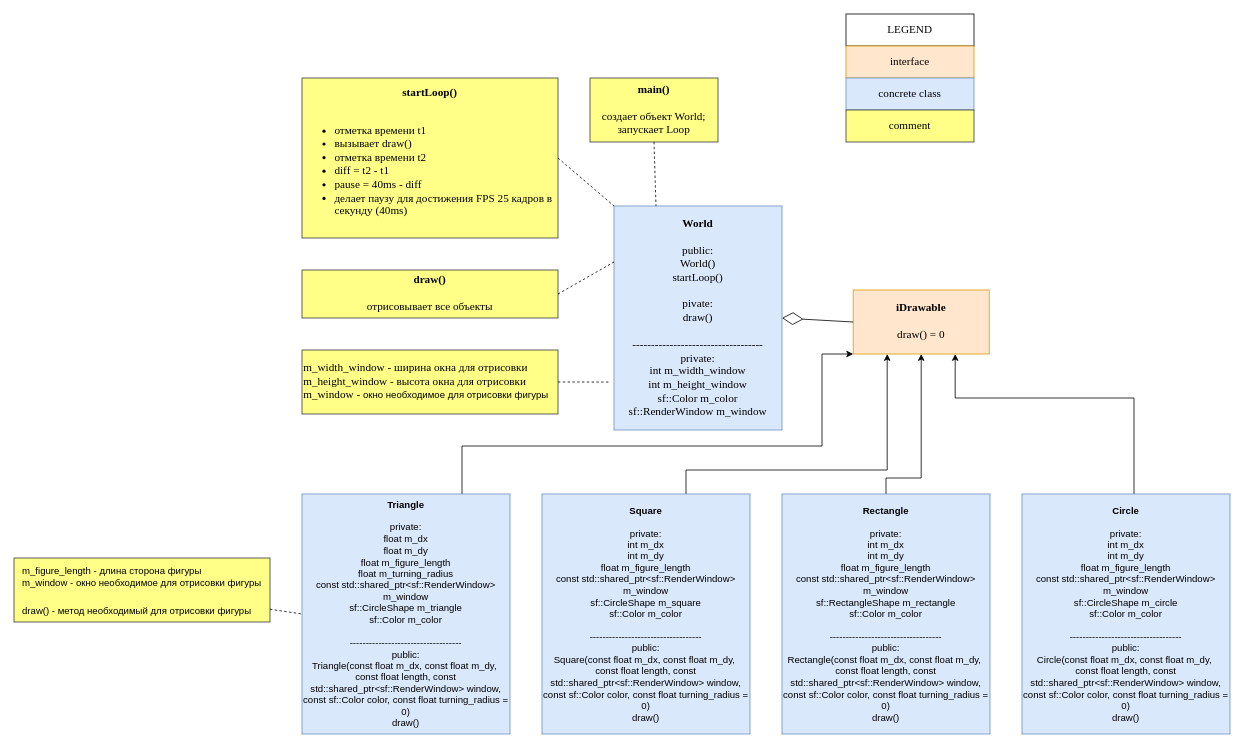
ProgProgrammer/learning_cpp keeps this draw.io diagram as 2022-11-22 2120 Figures/figures/diagram.drawio. Above is the earlier version. Source tidied: cells renumbered, new cells numbered last; positions are measured from the earlier drawing's top-left corner, leaving out a move shared by most shapes. Both pictures are drawn from the tidied source at 80%, with x=0, y=0 at pixel (14, 14).
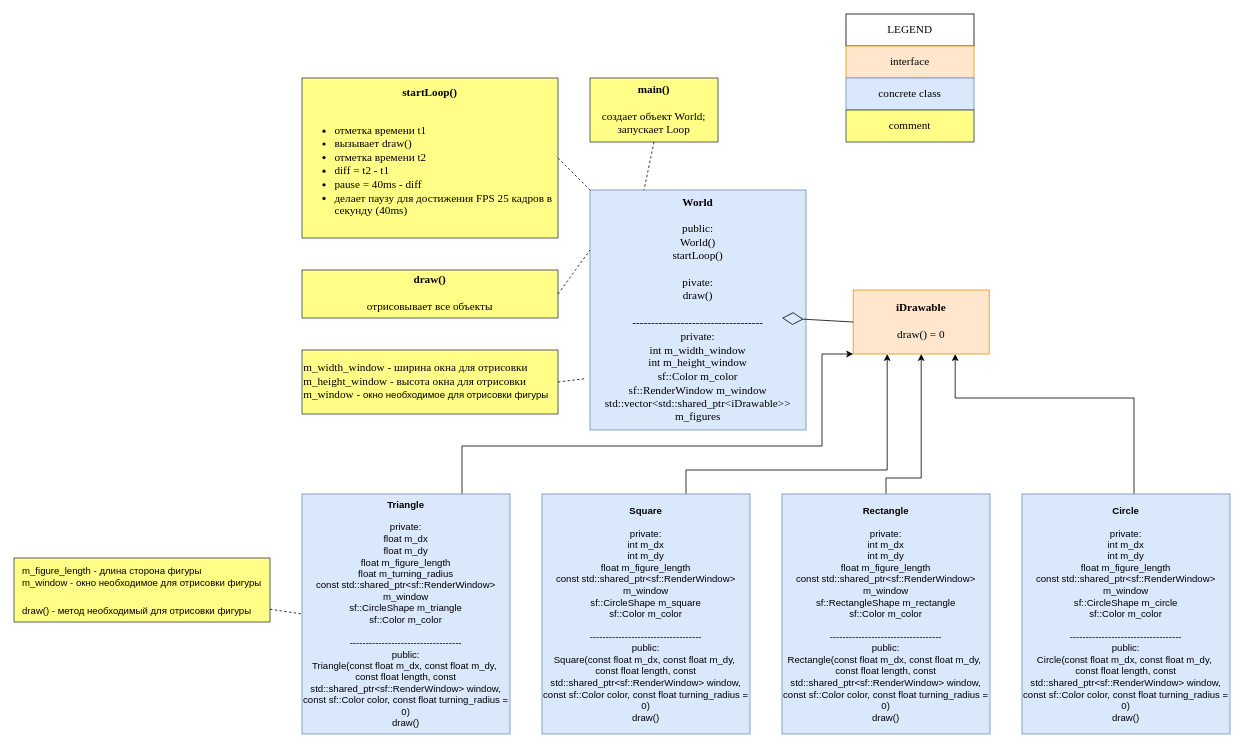
After the change.

Commit message (it also covers changes not shown here):
Changed scheme file and diagram_classes image

Diff of the diagram source:
```diff
@@
-    <mxCell id="3" value="&lt;b&gt;World&lt;/b&gt;&lt;br&gt;&lt;br&gt;public:&lt;br&gt;World()&lt;br&gt;startLoop()&lt;br&gt;&lt;br&gt;pivate:&lt;br&gt;draw()&lt;br&gt;&lt;br&gt;-----------------------------------&lt;br&gt;private:&lt;br&gt;int m_width_window&lt;br&gt;int m_height_window&lt;br&gt;&lt;span style=&quot;font-size: 14px;&quot;&gt;sf::Color m_color&lt;/span&gt;&lt;br&gt;&lt;span style=&quot;font-size: 14px;&quot;&gt;sf::RenderWindow m_window&lt;/span&gt;" style="rounded=0;whiteSpace=wrap;html=1;fontFamily=Times New Roman;fontSize=14;fillColor=#dae8fc;strokeColor=#6c8ebf;" parent="1" vertex="1">
-      <mxGeometry x="750" y="240" width="210" height="280" as="geometry" />
+    <mxCell id="3" value="&lt;b&gt;World&lt;/b&gt;&lt;br&gt;&lt;br&gt;public:&lt;br&gt;World()&lt;br&gt;startLoop()&lt;br&gt;&lt;br&gt;pivate:&lt;br&gt;draw()&lt;br&gt;&lt;br&gt;-----------------------------------&lt;br&gt;private:&lt;br&gt;int m_width_window&lt;br&gt;int m_height_window&lt;br&gt;&lt;span style=&quot;font-size: 14px;&quot;&gt;sf::Color m_color&lt;/span&gt;&lt;br&gt;&lt;span style=&quot;font-size: 14px;&quot;&gt;sf::RenderWindow m_window&lt;/span&gt;&lt;br&gt;&lt;span style=&quot;font-size: 14px;&quot;&gt;std::vector&amp;lt;std::shared_ptr&amp;lt;iDrawable&amp;gt;&amp;gt; m_figures&lt;/span&gt;" style="rounded=0;whiteSpace=wrap;html=1;fontFamily=Times New Roman;fontSize=14;fillColor=#dae8fc;strokeColor=#6c8ebf;" parent="1" vertex="1">
+      <mxGeometry x="720" y="220" width="270" height="300" as="geometry" />
     </mxCell>
```
